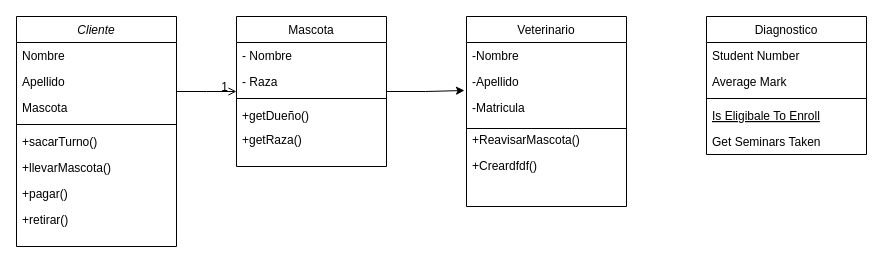
Before: Untitled Diagram.drawio in martuns/hal9000, a draw.io diagram. Source tidied: cells renumbered, new cells numbered last; positions are measured from the earlier drawing's top-left corner, leaving out a move shared by most shapes. Both pictures are drawn from the tidied source at 100%, with x=0, y=0 at pixel (16, 16).
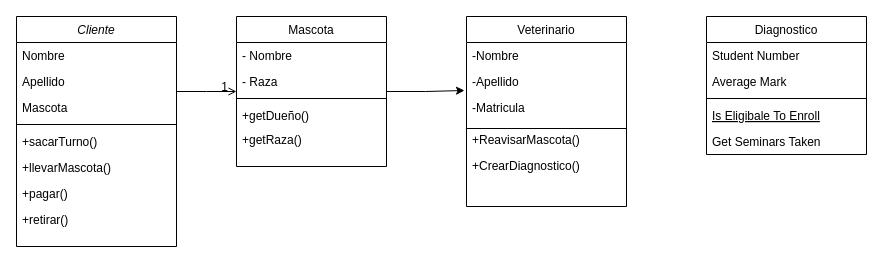
Above is the later version.

Unchanged cells that the change refers to:
```xml
<mxCell id="20" value="Veterinario" style="swimlane;fontStyle=0;align=center;verticalAlign=top;horizontal=1;startSize=26;rounded=0;shadow=0;strokeWidth=1;" parent="1" vertex="1">
  <mxGeometry x="450" width="160" height="190" as="geometry" />
</mxCell>
```

Diff of the diagram source:
```diff
@@
-    <mxCell id="26" value="+Creardfdf()" style="text;align=left;verticalAlign=top;spacingLeft=4;spacingRight=4;overflow=hidden;" parent="20" vertex="1">
+    <mxCell id="26" value="+CrearDiagnostico()" style="text;align=left;verticalAlign=top;spacingLeft=4;spacingRight=4;overflow=hidden;" parent="20" vertex="1">
       <mxGeometry y="136" width="160" height="26" as="geometry" />
     </mxCell>
```
